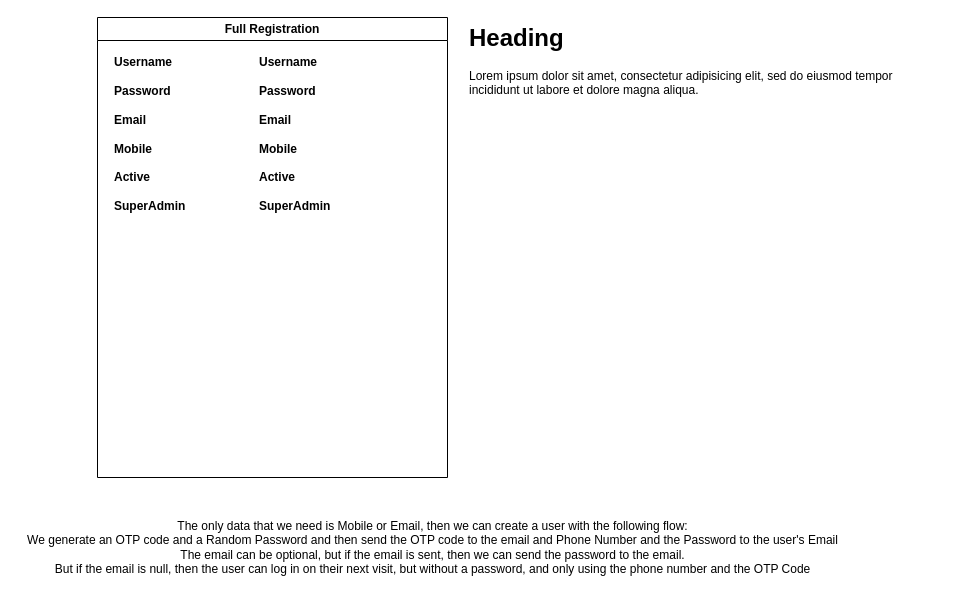
The draw.io diagram page "Registration" (3 of 5) of SadinDEV.drawio in A-Programmer/SadinDev, before the edit. Source tidied: cells renumbered, new cells numbered last; positions are measured from the earlier drawing's top-left corner, leaving out a move shared by most shapes. Both pictures are drawn from the tidied source at 100%, with x=0, y=0 at pixel (17, 17).
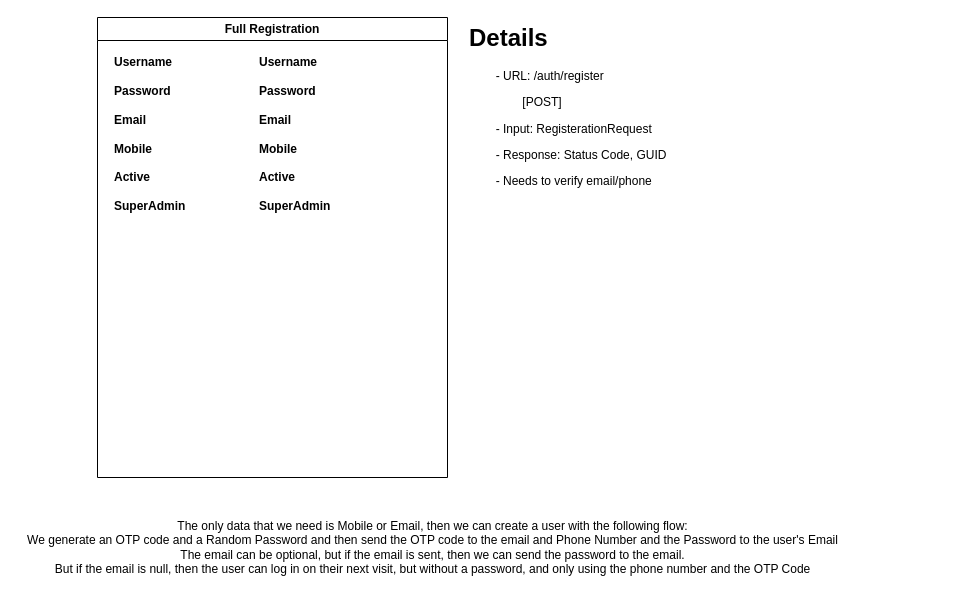
After the change.

Change to the diagram source:
```diff
@@
 <mxGraphModel>
   <root>
     <mxCell id="0" />
     <mxCell id="1" parent="0" />
     <mxCell id="2" value="Full Registration" style="swimlane;whiteSpace=wrap;html=1;" parent="1" vertex="1">
       <mxGeometry x="80" width="350" height="460" as="geometry" />
     </mxCell>
     <mxCell id="3" value="&lt;b&gt;Username&lt;/b&gt;&lt;div&gt;&lt;b&gt;&lt;br&gt;&lt;/b&gt;&lt;div&gt;&lt;b&gt;Password&lt;/b&gt;&lt;/div&gt;&lt;div&gt;&lt;b&gt;&lt;br&gt;Email&lt;/b&gt;&lt;/div&gt;&lt;div&gt;&lt;b&gt;&lt;br&gt;&lt;/b&gt;&lt;/div&gt;&lt;div&gt;&lt;b&gt;Mobile&lt;/b&gt;&lt;/div&gt;&lt;div&gt;&lt;b&gt;&lt;br&gt;&lt;/b&gt;&lt;/div&gt;&lt;div&gt;&lt;b&gt;Active&lt;/b&gt;&lt;/div&gt;&lt;div&gt;&lt;b&gt;&lt;br&gt;&lt;/b&gt;&lt;/div&gt;&lt;div&gt;&lt;b&gt;SuperAdmin&lt;/b&gt;&lt;/div&gt;&lt;/div&gt;" style="text;html=1;align=left;verticalAlign=middle;strokeColor=none;fillColor=none;" parent="2" vertex="1">
       <mxGeometry x="15" y="32" width="90" height="170" as="geometry" />
     </mxCell>
     <mxCell id="4" value="&lt;b&gt;Username&lt;/b&gt;&lt;div&gt;&lt;b&gt;&lt;br&gt;&lt;/b&gt;&lt;div&gt;&lt;b&gt;Password&lt;/b&gt;&lt;/div&gt;&lt;div&gt;&lt;b&gt;&lt;br&gt;Email&lt;/b&gt;&lt;/div&gt;&lt;div&gt;&lt;b&gt;&lt;br&gt;&lt;/b&gt;&lt;/div&gt;&lt;div&gt;&lt;b&gt;Mobile&lt;/b&gt;&lt;/div&gt;&lt;div&gt;&lt;b&gt;&lt;br&gt;&lt;/b&gt;&lt;/div&gt;&lt;div&gt;&lt;b&gt;Active&lt;/b&gt;&lt;/div&gt;&lt;div&gt;&lt;b&gt;&lt;br&gt;&lt;/b&gt;&lt;/div&gt;&lt;div&gt;&lt;b&gt;SuperAdmin&lt;/b&gt;&lt;/div&gt;&lt;/div&gt;" style="text;html=1;align=left;verticalAlign=middle;strokeColor=none;fillColor=none;" parent="2" vertex="1">
       <mxGeometry x="160" y="32" width="90" height="170" as="geometry" />
     </mxCell>
     <mxCell id="5" value="The only data that we need is Mobile or Email, then we can create a user with the following flow:&lt;div&gt;We generate an OTP code and a Random Password and then send the OTP code to the email and Phone Number and the Password to the user's Email&lt;/div&gt;&lt;div&gt;The email can be optional, but if the email is sent, then we can send the password to the email.&lt;/div&gt;&lt;div&gt;But if the email is null, then the user can log in on their next visit, but without a password, and only using the phone number and the OTP Code&lt;/div&gt;" style="text;html=1;align=center;verticalAlign=middle;strokeColor=none;fillColor=none;" parent="1" vertex="1">
       <mxGeometry y="495" width="830" height="70" as="geometry" />
     </mxCell>
-    <mxCell id="6" value="&lt;h1 style=&quot;margin-top: 0px;&quot;&gt;Heading&lt;/h1&gt;&lt;p&gt;Lorem ipsum dolor sit amet, consectetur adipisicing elit, sed do eiusmod tempor incididunt ut labore et dolore magna aliqua.&lt;/p&gt;" style="text;html=1;whiteSpace=wrap;overflow=hidden;rounded=0;" parent="1" vertex="1">
-      <mxGeometry x="450" width="470" height="160" as="geometry" />
+    <mxCell id="6" value="&lt;h1 style=&quot;margin-top: 0px;&quot;&gt;Details&lt;/h1&gt;&lt;p&gt;&lt;span style=&quot;white-space: pre;&quot;&gt;&#9;&lt;/span&gt;- URL: /auth/register&lt;br&gt;&lt;/p&gt;&lt;p&gt;&lt;span style=&quot;white-space: pre;&quot;&gt;&#9;&lt;/span&gt;&lt;span style=&quot;white-space: pre;&quot;&gt;&#9;&lt;/span&gt;[POST]&lt;br&gt;&lt;/p&gt;&lt;p&gt;&lt;span style=&quot;white-space: pre;&quot;&gt;&#9;&lt;/span&gt;- Input: RegisterationRequest&lt;br&gt;&lt;/p&gt;&lt;p&gt;&lt;span style=&quot;white-space: pre;&quot;&gt;&#9;&lt;/span&gt;- Response: Status Code, GUID&lt;br&gt;&lt;/p&gt;&lt;p&gt;&lt;span style=&quot;white-space: pre;&quot;&gt;&#9;&lt;/span&gt;- Needs to verify email/phone&lt;br&gt;&lt;/p&gt;" style="text;html=1;whiteSpace=wrap;overflow=hidden;rounded=0;" parent="1" vertex="1">
+      <mxGeometry x="450" width="470" height="210" as="geometry" />
     </mxCell>
   </root>
 </mxGraphModel>
```
